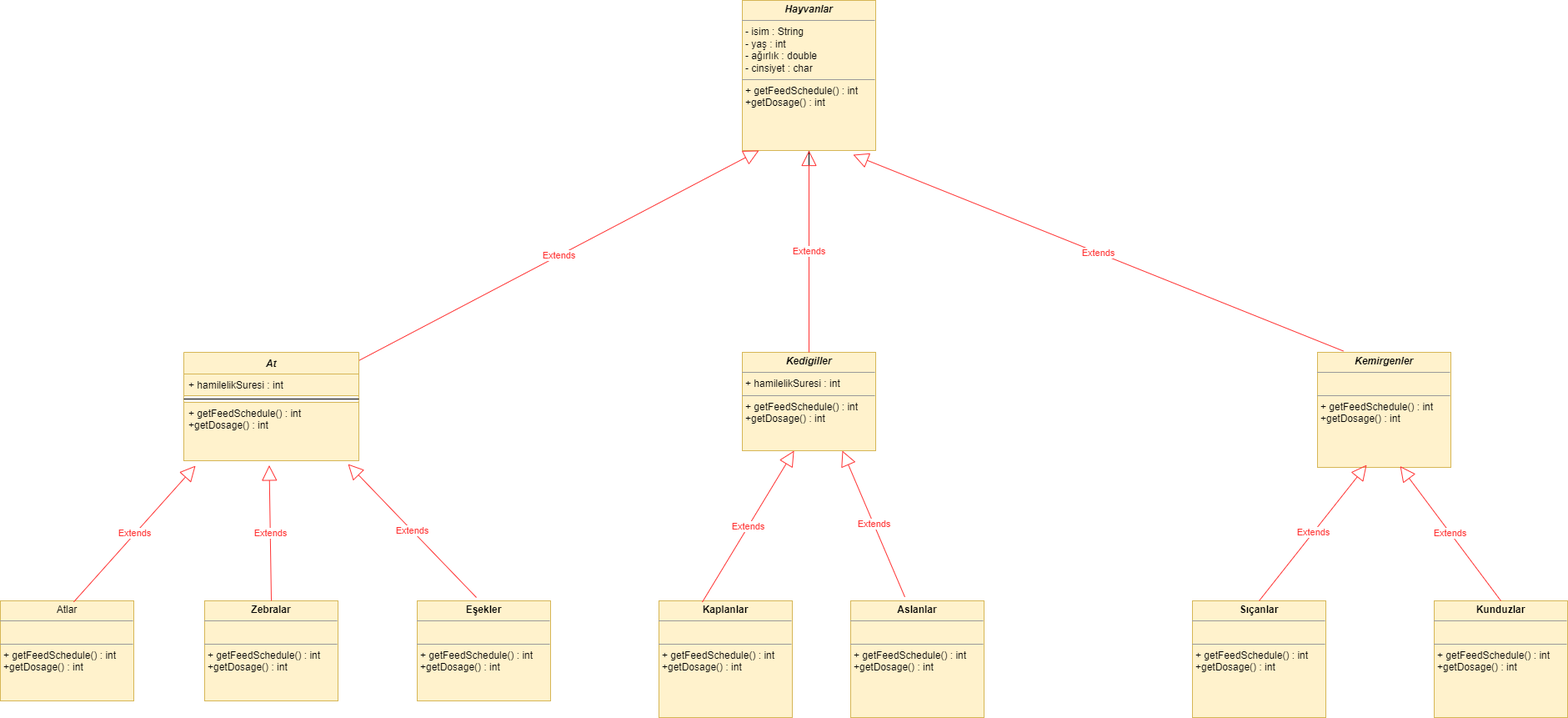
recepozdes/HayvanatBahcesiYonetimi keeps this draw.io diagram as HayvanatBahcesiYonetimiDiagram.drawio.png. Above is the earlier version. Source tidied: cells renumbered, new cells last; positions are measured from the earlier drawing's top-left corner, leaving out a move shared by most shapes.
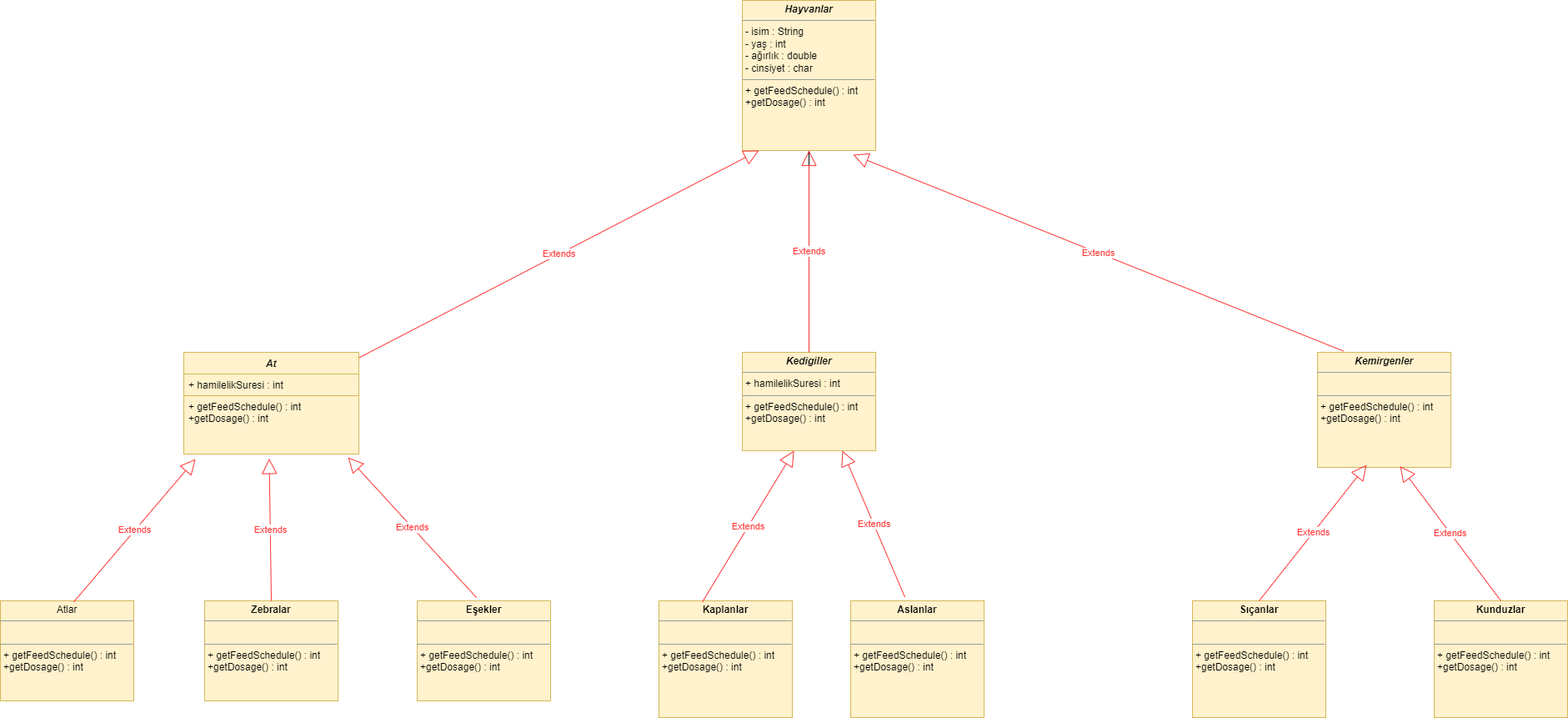
The same file after the commit.

Diff of the diagram source:
```diff
@@ -20,16 +20,13 @@
       <mxGeometry relative="1" as="geometry" />
     </mxCell>
     <mxCell id="7" value="At" style="swimlane;fontStyle=3;align=center;verticalAlign=top;horizontal=1;startSize=26;fillColor=#fff2cc;strokeColor=#d6b656;" parent="1" vertex="1">
-      <mxGeometry x="220" y="422" width="210" height="130" as="geometry" />
+      <mxGeometry x="220" y="422" width="210" height="122" as="geometry" />
     </mxCell>
     <mxCell id="8" value="+ hamilelikSuresi : int" style="text;strokeColor=#d6b656;fillColor=#fff2cc;align=left;verticalAlign=top;spacingLeft=4;spacingRight=4;overflow=hidden;" parent="7" vertex="1">
       <mxGeometry y="26" width="210" height="26" as="geometry" />
     </mxCell>
-    <mxCell id="9" style="line;strokeWidth=1;fillColor=none;align=left;verticalAlign=middle;spacingTop=-1;spacingLeft=3;spacingRight=3;labelPosition=right;" parent="7" vertex="1">
-      <mxGeometry y="52" width="210" height="8" as="geometry" />
-    </mxCell>
     <mxCell id="10" value="+ getFeedSchedule() : int&#10;+getDosage() : int" style="text;strokeColor=#d6b656;fillColor=#fff2cc;align=left;verticalAlign=top;spacingLeft=4;spacingRight=4;overflow=hidden;points=[[0,0.5],[1,0.5]];portConstraint=eastwest;" parent="7" vertex="1">
-      <mxGeometry y="60" width="210" height="70" as="geometry" />
+      <mxGeometry y="52" width="210" height="70" as="geometry" />
     </mxCell>
     <mxCell id="11" value="Extends" style="endArrow=block;endSize=16;endFill=0;html=1;rounded=0;entryX=0.831;entryY=1.028;entryDx=0;entryDy=0;entryPerimeter=0;exitX=0.194;exitY=-0.011;exitDx=0;exitDy=0;exitPerimeter=0;strokeColor=#FF3333;fontColor=#FF3333;" parent="1" edge="1" source="5" target="3">
       <mxGeometry relative="1" as="geometry" />
```
